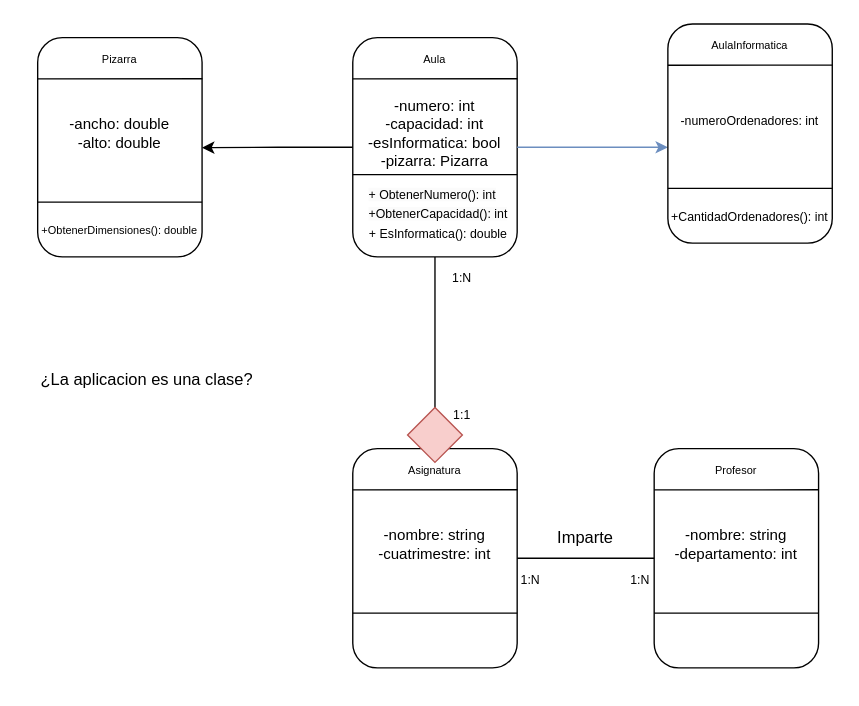
Before: page "Page-1" (1 of 2) of Entornos/7/Buaaa4.drawio in enderwigim/DAW1, a draw.io diagram. Source tidied: cells renumbered, new cells numbered last; positions are measured from the earlier drawing's top-left corner, leaving out a move shared by most shapes. Both pictures are drawn from the tidied source at 137%, with x=0, y=0 at pixel (23, 23).
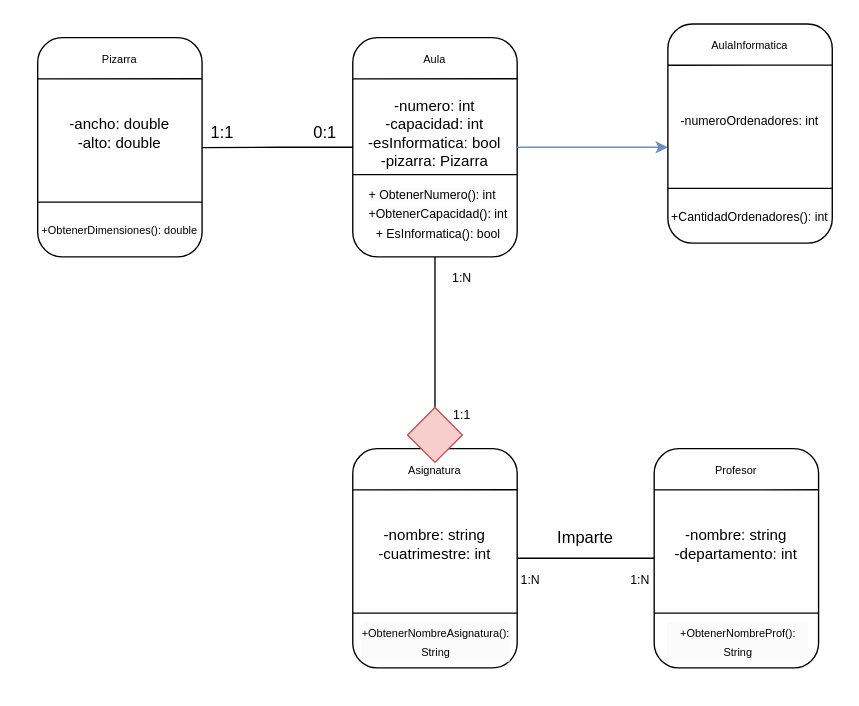
The same page after the edit.

Unchanged cells that the change refers to:
```xml
<mxCell id="13" style="group;" parent="1" vertex="1">
  <mxGeometry x="460" y="310" width="120.2" height="160" as="geometry" />
</mxCell>
<mxCell id="21" style="group;" parent="1" vertex="1">
  <mxGeometry x="240" y="10" width="160" height="160" as="geometry" />
</mxCell>
<mxCell id="28" value="&lt;div style=&quot;font-size: 11px;&quot;&gt;-numero: int&lt;/div&gt;&lt;div style=&quot;font-size: 11px;&quot;&gt;-capacidad: int&lt;/div&gt;&lt;div style=&quot;font-size: 11px;&quot;&gt;-esInformatica: bool&lt;/div&gt;&lt;div style=&quot;font-size: 11px;&quot;&gt;-pizarra: Pizarra&lt;/div&gt;" style="text;html=1;align=center;verticalAlign=middle;whiteSpace=wrap;rounded=0;" parent="21" vertex="1">
  <mxGeometry y="50" width="120" height="40" as="geometry" />
</mxCell>
```

Change to the diagram source:
```diff
@@
     <mxCell id="2" style="group;" parent="1" vertex="1">
-      <mxGeometry x="240" y="310" width="240" height="160" as="geometry" />
+      <mxGeometry x="240" y="310" width="240" height="170" as="geometry" />
     </mxCell>
     <mxCell id="3" style="group;" parent="2" vertex="1">
-      <mxGeometry width="120.2" height="160" as="geometry" />
+      <mxGeometry width="140" height="170" as="geometry" />
     </mxCell>
@@
-    <mxCell id="9" value="&lt;div style=&quot;font-size: 11px;&quot;&gt;-nombre: string&lt;/div&gt;&lt;div style=&quot;font-size: 11px;&quot;&gt;-cuatrimestre: int&lt;/div&gt;" style="text;html=1;align=center;verticalAlign=middle;whiteSpace=wrap;rounded=0;" parent="3" vertex="1">
+    <mxCell id="9" value="&lt;div style=&quot;font-size: 11px;&quot;&gt;&lt;div&gt;-nombre: string&lt;/div&gt;&lt;div&gt;-cuatrimestre: int&lt;/div&gt;&lt;/div&gt;" style="text;html=1;align=center;verticalAlign=middle;whiteSpace=wrap;rounded=0;" parent="3" vertex="1">
       <mxGeometry y="50" width="120" height="40" as="geometry" />
     </mxCell>
+    <mxCell id="52" value="&lt;div style=&quot;forced-color-adjust: none; color: rgb(0, 0, 0); font-family: Helvetica; font-style: normal; font-variant-ligatures: normal; font-variant-caps: normal; font-weight: 400; letter-spacing: normal; orphans: 2; text-align: center; text-indent: 0px; text-transform: none; widows: 2; word-spacing: 0px; -webkit-text-stroke-width: 0px; white-space: normal; background-color: rgb(251, 251, 251); text-decoration-thickness: initial; text-decoration-style: initial; text-decoration-color: initial;&quot;&gt;&lt;font style=&quot;font-size: 8px;&quot;&gt;+ObtenerNombreAsignatura(): String&lt;/font&gt;&lt;/div&gt;" style="text;whiteSpace=wrap;html=1;" parent="3" vertex="1">
+      <mxGeometry x="5" y="120" width="105" height="30" as="geometry" />
+    </mxCell>
@@
+    <mxCell id="53" value="&lt;div style=&quot;forced-color-adjust: none; color: rgb(0, 0, 0); font-family: Helvetica; font-style: normal; font-variant-ligatures: normal; font-variant-caps: normal; font-weight: 400; letter-spacing: normal; orphans: 2; text-align: center; text-indent: 0px; text-transform: none; widows: 2; word-spacing: 0px; -webkit-text-stroke-width: 0px; white-space: normal; background-color: rgb(251, 251, 251); text-decoration-thickness: initial; text-decoration-style: initial; text-decoration-color: initial;&quot;&gt;&lt;font style=&quot;font-size: 8px;&quot;&gt;+ObtenerNombreProf(): String&lt;/font&gt;&lt;/div&gt;" style="text;whiteSpace=wrap;html=1;" parent="13" vertex="1">
+      <mxGeometry x="7.5" y="120" width="105" height="30" as="geometry" />
+    </mxCell>
@@
-    <mxCell id="27" style="edgeStyle=orthogonalEdgeStyle;rounded=0;jettySize=auto;html=1;exitX=0;exitY=0.75;exitDx=0;exitDy=0;" parent="21" edge="1" source="28">
+    <mxCell id="27" style="edgeStyle=orthogonalEdgeStyle;rounded=0;jettySize=auto;html=1;exitX=0;exitY=0.75;exitDx=0;exitDy=0;endArrow=none;endFill=0;" parent="21" edge="1" source="28">
       <mxGeometry relative="1" as="geometry">
         <mxPoint x="-110" y="80.3" as="targetPoint" />
       </mxGeometry>
     </mxCell>
@@
-    <mxCell id="29" value="&lt;span style=&quot;color: rgb(0, 0, 0); font-family: Helvetica; font-size: 9px; font-style: normal; font-variant-ligatures: normal; font-variant-caps: normal; font-weight: 400; letter-spacing: normal; orphans: 2; text-align: center; text-indent: 0px; text-transform: none; widows: 2; word-spacing: 0px; -webkit-text-stroke-width: 0px; white-space: normal; background-color: rgb(251, 251, 251); text-decoration-thickness: initial; text-decoration-style: initial; text-decoration-color: initial; display: inline !important; float: none;&quot;&gt;+ ObtenerNumero(): int&lt;/span&gt;&lt;div&gt;&lt;span style=&quot;color: rgb(0, 0, 0); font-family: Helvetica; font-size: 9px; font-style: normal; font-variant-ligatures: normal; font-variant-caps: normal; font-weight: 400; letter-spacing: normal; orphans: 2; text-align: center; text-indent: 0px; text-transform: none; widows: 2; word-spacing: 0px; -webkit-text-stroke-width: 0px; white-space: normal; background-color: rgb(251, 251, 251); text-decoration-thickness: initial; text-decoration-style: initial; text-decoration-color: initial; display: inline !important; float: none;&quot;&gt;+ObtenerCapacidad(): int&lt;/span&gt;&lt;/div&gt;&lt;div style=&quot;text-align: center;&quot;&gt;&lt;font style=&quot;font-size: 9px;&quot;&gt;+ EsInformatica(): double&lt;/font&gt;&lt;/div&gt;" style="text;whiteSpace=wrap;html=1;" parent="21" vertex="1">
+    <mxCell id="29" value="&lt;span style=&quot;color: rgb(0, 0, 0); font-family: Helvetica; font-size: 9px; font-style: normal; font-variant-ligatures: normal; font-variant-caps: normal; font-weight: 400; letter-spacing: normal; orphans: 2; text-align: center; text-indent: 0px; text-transform: none; widows: 2; word-spacing: 0px; -webkit-text-stroke-width: 0px; white-space: normal; background-color: rgb(251, 251, 251); text-decoration-thickness: initial; text-decoration-style: initial; text-decoration-color: initial; display: inline !important; float: none;&quot;&gt;+ ObtenerNumero(): int&lt;/span&gt;&lt;div&gt;&lt;span style=&quot;color: rgb(0, 0, 0); font-family: Helvetica; font-size: 9px; font-style: normal; font-variant-ligatures: normal; font-variant-caps: normal; font-weight: 400; letter-spacing: normal; orphans: 2; text-align: center; text-indent: 0px; text-transform: none; widows: 2; word-spacing: 0px; -webkit-text-stroke-width: 0px; white-space: normal; background-color: rgb(251, 251, 251); text-decoration-thickness: initial; text-decoration-style: initial; text-decoration-color: initial; display: inline !important; float: none;&quot;&gt;+ObtenerCapacidad(): int&lt;/span&gt;&lt;/div&gt;&lt;div style=&quot;text-align: center;&quot;&gt;&lt;font style=&quot;font-size: 9px;&quot;&gt;+ EsInformatica(): bool&lt;/font&gt;&lt;/div&gt;&lt;div style=&quot;text-align: center;&quot;&gt;&lt;font style=&quot;font-size: 9px;&quot;&gt;&lt;br&gt;&lt;/font&gt;&lt;/div&gt;" style="text;whiteSpace=wrap;html=1;" parent="21" vertex="1">
       <mxGeometry x="10" y="100" width="150" height="40" as="geometry" />
     </mxCell>
@@
-    <mxCell id="51" value="¿La aplicacion es una clase?" style="text;html=1;align=center;verticalAlign=middle;whiteSpace=wrap;rounded=0;" parent="1" vertex="1">
-      <mxGeometry y="210" width="180" height="100" as="geometry" />
-    </mxCell>
+    <mxCell id="54" value="0:1" style="text;html=1;align=center;verticalAlign=middle;whiteSpace=wrap;rounded=0;" parent="1" vertex="1">
+      <mxGeometry x="190" y="65" width="60" height="30" as="geometry" />
+    </mxCell>
+    <mxCell id="55" value="1:1" style="text;html=1;align=center;verticalAlign=middle;whiteSpace=wrap;rounded=0;" parent="1" vertex="1">
+      <mxGeometry x="115" y="65" width="60" height="30" as="geometry" />
+    </mxCell>
```
